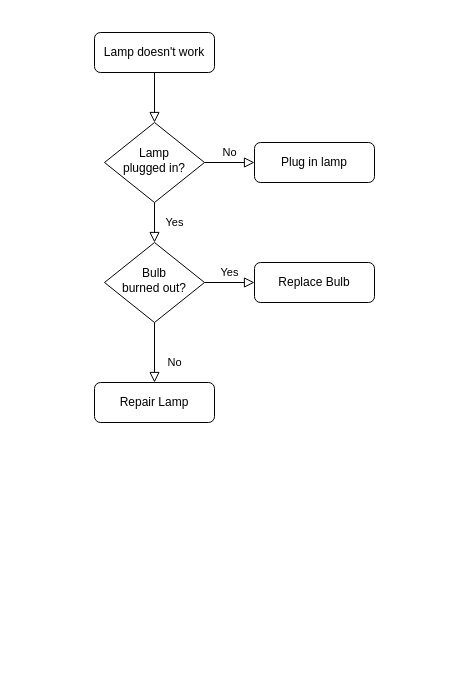
Before: Untitled Diagram.drawio in ksard/JavaScript-Exercises, a draw.io diagram. Source tidied: cells renumbered, new cells numbered last; positions are measured from the earlier drawing's top-left corner, leaving out a move shared by most shapes. Both pictures are drawn from the tidied source at 100%, with x=0, y=0 at pixel (94, 32).
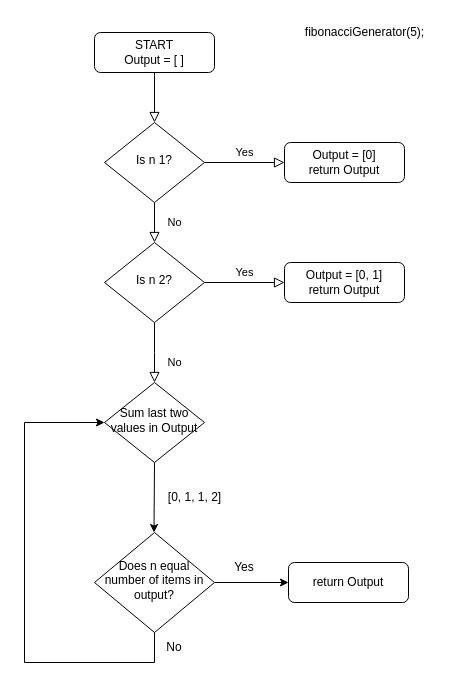
Above is the later version.

Diff of the diagram source:
```diff
@@
-    <mxCell id="3" value="Lamp doesn't work" style="rounded=1;whiteSpace=wrap;html=1;fontSize=12;glass=0;strokeWidth=1;shadow=0;" parent="1" vertex="1">
+    <mxCell id="3" value="START&lt;br&gt;Output = [ ]" style="rounded=1;whiteSpace=wrap;html=1;fontSize=12;glass=0;strokeWidth=1;shadow=0;" parent="1" vertex="1">
       <mxGeometry width="120" height="40" as="geometry" />
     </mxCell>
-    <mxCell id="4" value="Yes" style="rounded=0;html=1;jettySize=auto;fontSize=11;endArrow=block;endFill=0;endSize=8;strokeWidth=1;shadow=0;labelBackgroundColor=none;edgeStyle=orthogonalEdgeStyle;" parent="1" edge="1" source="6" target="10">
+    <mxCell id="4" value="No" style="rounded=0;html=1;jettySize=auto;fontSize=11;endArrow=block;endFill=0;endSize=8;strokeWidth=1;shadow=0;labelBackgroundColor=none;edgeStyle=orthogonalEdgeStyle;" parent="1" edge="1" source="6" target="10">
       <mxGeometry y="20" relative="1" as="geometry" />
     </mxCell>
-    <mxCell id="5" value="No" style="edgeStyle=orthogonalEdgeStyle;rounded=0;html=1;jettySize=auto;fontSize=11;endArrow=block;endFill=0;endSize=8;strokeWidth=1;shadow=0;labelBackgroundColor=none;" parent="1" edge="1" source="6" target="7">
+    <mxCell id="5" value="Yes" style="edgeStyle=orthogonalEdgeStyle;rounded=0;html=1;jettySize=auto;fontSize=11;endArrow=block;endFill=0;endSize=8;strokeWidth=1;shadow=0;labelBackgroundColor=none;" parent="1" edge="1" source="6" target="7">
       <mxGeometry y="10" relative="1" as="geometry" />
     </mxCell>
-    <mxCell id="6" value="Lamp&lt;br&gt;plugged in?" style="rhombus;whiteSpace=wrap;html=1;shadow=0;fontFamily=Helvetica;fontSize=12;align=center;strokeWidth=1;spacing=6;spacingTop=-4;" parent="1" vertex="1">
+    <mxCell id="6" value="Is n 1?" style="rhombus;whiteSpace=wrap;html=1;shadow=0;fontFamily=Helvetica;fontSize=12;align=center;strokeWidth=1;spacing=6;spacingTop=-4;" parent="1" vertex="1">
       <mxGeometry x="10" y="90" width="100" height="80" as="geometry" />
     </mxCell>
-    <mxCell id="7" value="Plug in lamp" style="rounded=1;whiteSpace=wrap;html=1;fontSize=12;glass=0;strokeWidth=1;shadow=0;" parent="1" vertex="1">
-      <mxGeometry x="160" y="110" width="120" height="40" as="geometry" />
+    <mxCell id="7" value="Output = [0]&lt;br&gt;return Output" style="rounded=1;whiteSpace=wrap;html=1;fontSize=12;glass=0;strokeWidth=1;shadow=0;" parent="1" vertex="1">
+      <mxGeometry x="190" y="110" width="120" height="40" as="geometry" />
     </mxCell>
-    <mxCell id="8" value="No" style="rounded=0;html=1;jettySize=auto;fontSize=11;endArrow=block;endFill=0;endSize=8;strokeWidth=1;shadow=0;labelBackgroundColor=none;edgeStyle=orthogonalEdgeStyle;" parent="1" edge="1" source="10" target="11">
-      <mxGeometry x="0.33" y="20" relative="1" as="geometry" />
+    <mxCell id="8" value="No" style="rounded=0;html=1;jettySize=auto;fontSize=11;endArrow=block;endFill=0;endSize=8;strokeWidth=1;shadow=0;labelBackgroundColor=none;edgeStyle=orthogonalEdgeStyle;" parent="1" edge="1" source="10">
+      <mxGeometry x="0.33" y="20" relative="1" as="geometry">
+        <mxPoint x="60" y="350" as="targetPoint" />
+      </mxGeometry>
     </mxCell>
@@
-    <mxCell id="10" value="Bulb&lt;br&gt;burned out?" style="rhombus;whiteSpace=wrap;html=1;shadow=0;fontFamily=Helvetica;fontSize=12;align=center;strokeWidth=1;spacing=6;spacingTop=-4;" parent="1" vertex="1">
+    <mxCell id="10" value="Is n 2?" style="rhombus;whiteSpace=wrap;html=1;shadow=0;fontFamily=Helvetica;fontSize=12;align=center;strokeWidth=1;spacing=6;spacingTop=-4;" parent="1" vertex="1">
       <mxGeometry x="10" y="210" width="100" height="80" as="geometry" />
     </mxCell>
-    <mxCell id="11" value="Repair Lamp" style="rounded=1;whiteSpace=wrap;html=1;fontSize=12;glass=0;strokeWidth=1;shadow=0;" parent="1" vertex="1">
-      <mxGeometry y="350" width="120" height="40" as="geometry" />
-    </mxCell>
+    <mxCell id="13" style="edgeStyle=orthogonalEdgeStyle;rounded=0;jettySize=auto;html=1;exitX=0.5;exitY=1;exitDx=0;exitDy=0;" parent="1" edge="1" source="23">
+      <mxGeometry relative="1" as="geometry">
+        <mxPoint x="59.5" y="500" as="targetPoint" />
+      </mxGeometry>
+    </mxCell>
-    <mxCell id="12" value="Replace Bulb" style="rounded=1;whiteSpace=wrap;html=1;fontSize=12;glass=0;strokeWidth=1;shadow=0;" parent="1" vertex="1">
-      <mxGeometry x="160" y="230" width="120" height="40" as="geometry" />
+    <mxCell id="12" value="Output = [0, 1]&lt;br&gt;return Output" style="rounded=1;whiteSpace=wrap;html=1;fontSize=12;glass=0;strokeWidth=1;shadow=0;" parent="1" vertex="1">
+      <mxGeometry x="190" y="230" width="120" height="40" as="geometry" />
     </mxCell>
+    <mxCell id="14" value="fibonacciGenerator(5);" style="text;html=1;align=center;verticalAlign=middle;strokeColor=none;fillColor=none;" parent="1" vertex="1">
+      <mxGeometry x="200" y="-15" width="140" height="30" as="geometry" />
+    </mxCell>
+    <mxCell id="15" value="[0, 1, 1, 2]" style="text;html=1;align=center;verticalAlign=middle;strokeColor=none;fillColor=none;" parent="1" vertex="1">
+      <mxGeometry x="60" y="450" width="80" height="30" as="geometry" />
+    </mxCell>
+    <mxCell id="16" style="edgeStyle=orthogonalEdgeStyle;rounded=0;jettySize=auto;html=1;" parent="1" edge="1" source="17" target="18">
+      <mxGeometry relative="1" as="geometry" />
+    </mxCell>
+    <mxCell id="17" value="Does n equal number of items in output?" style="rhombus;whiteSpace=wrap;html=1;shadow=0;fontFamily=Helvetica;fontSize=12;align=center;strokeWidth=1;spacing=6;spacingTop=-4;" parent="1" vertex="1">
+      <mxGeometry y="500" width="120" height="100" as="geometry" />
+    </mxCell>
+    <mxCell id="18" value="return Output" style="rounded=1;whiteSpace=wrap;html=1;" parent="1" vertex="1">
+      <mxGeometry x="194" y="530" width="120" height="40" as="geometry" />
+    </mxCell>
+    <mxCell id="19" style="endArrow=classic;html=1;rounded=0;entryX=0;entryY=0.5;entryDx=0;entryDy=0;" parent="1" edge="1" target="23">
+      <mxGeometry relative="1" as="geometry">
+        <mxPoint x="-70" y="630" as="sourcePoint" />
+        <Array as="points">
+          <mxPoint x="-70" y="390" />
+        </Array>
+      </mxGeometry>
+    </mxCell>
+    <mxCell id="20" style="endArrow=none;html=1;rounded=0;" parent="1" edge="1">
+      <mxGeometry relative="1" as="geometry">
+        <mxPoint x="-70" y="630" as="sourcePoint" />
+        <mxPoint x="60" y="600" as="targetPoint" />
+        <Array as="points">
+          <mxPoint x="60" y="630" />
+        </Array>
+      </mxGeometry>
+    </mxCell>
+    <mxCell id="21" value="No" style="text;html=1;strokeColor=none;fillColor=none;align=center;verticalAlign=middle;whiteSpace=wrap;rounded=0;" parent="1" vertex="1">
+      <mxGeometry x="50" y="600" width="60" height="30" as="geometry" />
+    </mxCell>
+    <mxCell id="22" value="Yes" style="text;html=1;strokeColor=none;fillColor=none;align=center;verticalAlign=middle;whiteSpace=wrap;rounded=0;" parent="1" vertex="1">
+      <mxGeometry x="120" y="520" width="60" height="30" as="geometry" />
+    </mxCell>
+    <mxCell id="23" value="Sum last two values in Output" style="rhombus;whiteSpace=wrap;html=1;shadow=0;fontFamily=Helvetica;fontSize=12;align=center;strokeWidth=1;spacing=6;spacingTop=-4;" parent="1" vertex="1">
+      <mxGeometry x="10" y="350" width="100" height="80" as="geometry" />
+    </mxCell>
```
